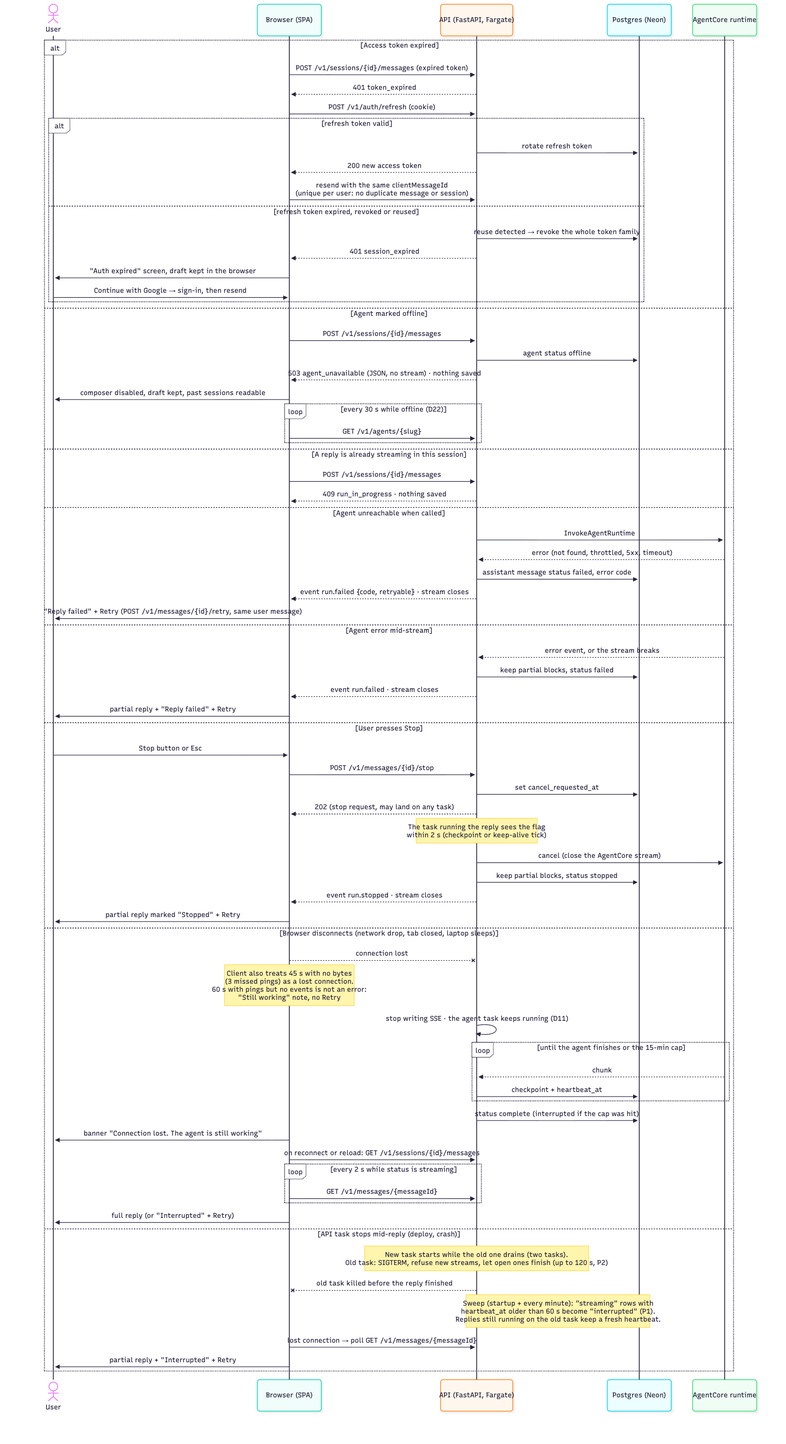
This is docs/diagrams/send-message-failures.png from IsraelBO17/agent_hub, a Mermaid export, as it was before one commit. Its source is kept beside it as docs/diagrams/send-message-failures.mmd.
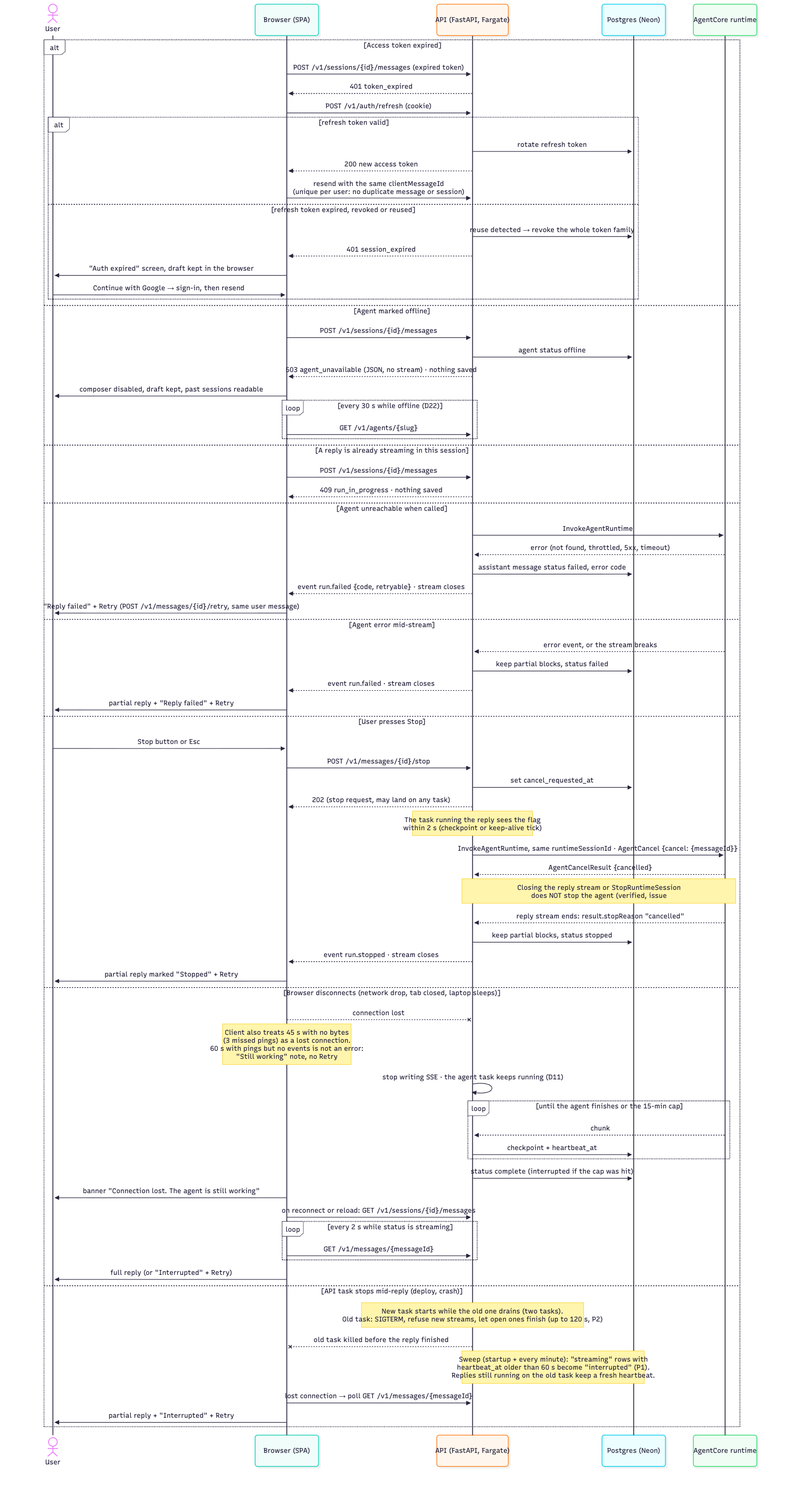
The same diagram one commit later.

Commit message:
Describe Stop as a cancel invocation in P4 and the failure diagram

The failures diagram still showed Stop as closing the AgentCore stream,
which issue #3 showed doesn't stop the agent. It now sends AgentCancel
on the same runtime session and waits for stopReason "cancelled"; P4
names the mechanism.

The edit, as a diff of the source:
```diff
@@ -52,7 +52,10 @@
     A->>DB: set cancel_requested_at
     A-->>B: 202 (stop request, may land on any task)
     Note over A: The task running the reply sees the flag<br/>within 2 s (checkpoint or keep-alive tick)
-    A->>R: cancel (close the AgentCore stream)
+    A->>R: InvokeAgentRuntime, same runtimeSessionId · AgentCancel {cancel: {messageId}}
+    R-->>A: AgentCancelResult {cancelled}
+    Note over A,R: Closing the reply stream or StopRuntimeSession<br/>does NOT stop the agent (verified, issue #3)
+    R-->>A: reply stream ends: result.stopReason "cancelled"
     A->>DB: keep partial blocks, status stopped
     A-->>B: event run.stopped · stream closes
     B->>U: partial reply marked "Stopped" + Retry
```
